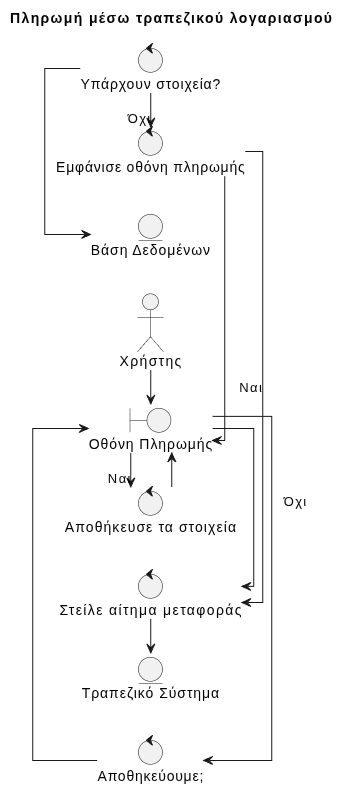
This is Paradoteo_3/RobustnessDiagrams/PaymentThroughBankAccount.png from RubenKingCP/Namify, a PlantUML export, as it was before one commit. Its source is kept beside it as Paradoteo_3/RobustnessDiagrams/PaymentThroughBankAccount.puml.
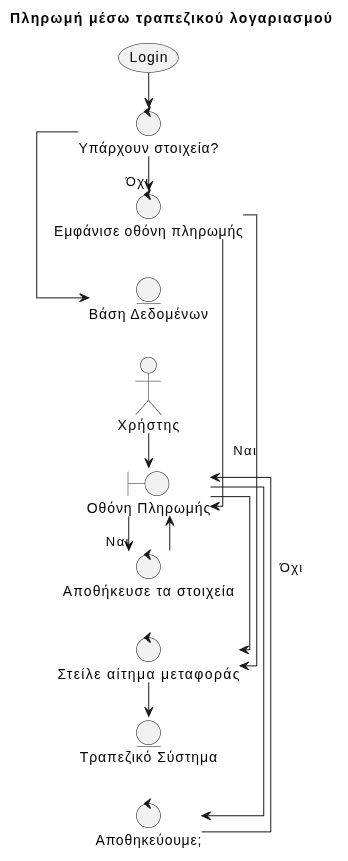
Later version of the same file.

Commit message:
Modified the payment through bank account use case and robustness so that we know when it happens

What changed in the source:
```diff
@@ -5,6 +5,7 @@
 
 title Πληρωμή μέσω τραπεζικού λογαριασμού
 
+usecase "Login" as L
 control "Υπάρχουν στοιχεία?" as checkCredent
 entity "Βάση Δεδομένων" as db
 control "Εμφάνισε οθόνη πληρωμής" as disPayScr
@@ -15,6 +16,7 @@
 control "Στείλε αίτημα μεταφοράς" as sendReq
 control "Αποθήκευσε τα στοιχεία" as saveCred
 
+L -> checkCredent
 checkCredent -> db
 checkCredent -> disPayScr : Όχι
 disPayScr -> payScr
```
